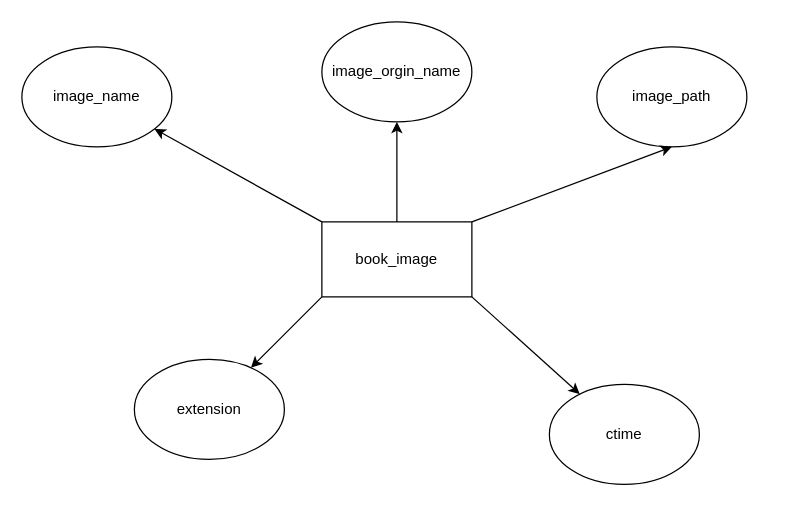
Above: database/book_image.drawio in xiaohei7529/bms (draw.io), before the change. Source tidied: cells renumbered, new cells numbered last; positions are measured from the earlier drawing's top-left corner, leaving out a move shared by most shapes. Both pictures are drawn from the tidied source at 125%, with x=0, y=0 at pixel (21, 21).
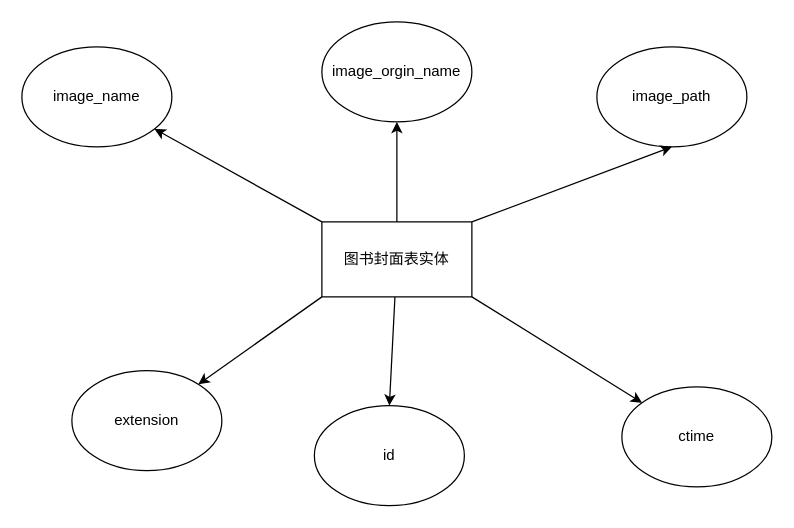
Above is the later version.

What changed in the source:
```diff
@@
 <mxGraphModel>
   <root>
     <mxCell id="0" />
     <mxCell id="1" parent="0" />
+    <mxCell id="13" style="edgeStyle=none;html=1;entryX=0.5;entryY=0;entryDx=0;entryDy=0;" parent="1" edge="1" source="2" target="14">
+      <mxGeometry relative="1" as="geometry" />
+    </mxCell>
-    <mxCell id="2" value="book_image" style="rounded=0;whiteSpace=wrap;html=1;" parent="1" vertex="1">
+    <mxCell id="2" value="图书封面表实体" style="rounded=0;whiteSpace=wrap;html=1;" parent="1" vertex="1">
       <mxGeometry x="240" y="160" width="120" height="60" as="geometry" />
     </mxCell>
     <mxCell id="3" value="image_name" style="ellipse;whiteSpace=wrap;html=1;" parent="1" vertex="1">
       <mxGeometry y="20" width="120" height="80" as="geometry" />
     </mxCell>
     <mxCell id="4" value="image_orgin_name" style="ellipse;whiteSpace=wrap;html=1;" parent="1" vertex="1">
       <mxGeometry x="240" width="120" height="80" as="geometry" />
     </mxCell>
     <mxCell id="5" value="image_path" style="ellipse;whiteSpace=wrap;html=1;" parent="1" vertex="1">
       <mxGeometry x="460" y="20" width="120" height="80" as="geometry" />
     </mxCell>
     <mxCell id="6" value="extension" style="ellipse;whiteSpace=wrap;html=1;" parent="1" vertex="1">
-      <mxGeometry x="90" y="270" width="120" height="80" as="geometry" />
+      <mxGeometry x="40" y="279" width="120" height="80" as="geometry" />
     </mxCell>
     <mxCell id="7" value="ctime" style="ellipse;whiteSpace=wrap;html=1;" parent="1" vertex="1">
-      <mxGeometry x="422" y="290" width="120" height="80" as="geometry" />
+      <mxGeometry x="480" y="292" width="120" height="80" as="geometry" />
     </mxCell>
     <mxCell id="8" style="endArrow=classic;html=1;exitX=0;exitY=0;exitDx=0;exitDy=0;" parent="1" edge="1" source="2" target="3">
       <mxGeometry relative="1" as="geometry" />
     </mxCell>
     <mxCell id="9" style="endArrow=classic;html=1;entryX=0.5;entryY=1;entryDx=0;entryDy=0;exitX=0.5;exitY=0;exitDx=0;exitDy=0;" parent="1" edge="1" source="2" target="4">
       <mxGeometry relative="1" as="geometry" />
     </mxCell>
     <mxCell id="10" style="endArrow=classic;html=1;entryX=0.5;entryY=1;entryDx=0;entryDy=0;exitX=1;exitY=0;exitDx=0;exitDy=0;" parent="1" edge="1" source="2" target="5">
       <mxGeometry relative="1" as="geometry" />
     </mxCell>
     <mxCell id="11" style="endArrow=classic;html=1;exitX=0;exitY=1;exitDx=0;exitDy=0;" parent="1" edge="1" source="2" target="6">
       <mxGeometry relative="1" as="geometry" />
     </mxCell>
     <mxCell id="12" style="endArrow=classic;html=1;exitX=1;exitY=1;exitDx=0;exitDy=0;" parent="1" edge="1" source="2" target="7">
       <mxGeometry relative="1" as="geometry" />
     </mxCell>
+    <mxCell id="14" value="id" style="ellipse;whiteSpace=wrap;html=1;" parent="1" vertex="1">
+      <mxGeometry x="234" y="307" width="120" height="80" as="geometry" />
+    </mxCell>
   </root>
 </mxGraphModel>
```
